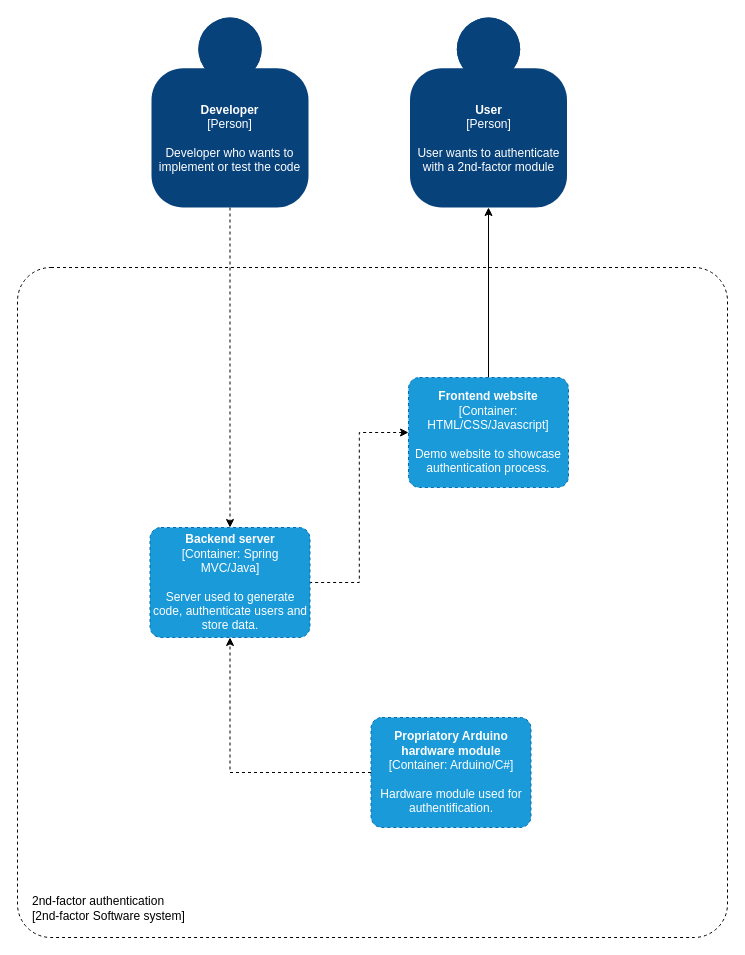
Before: page "Page-1" (1 of 2) of 2nd-factor-c4model.drawio in 2nd-factor/docs, a draw.io diagram. Source tidied: cells renumbered, new cells numbered last; positions are measured from the earlier drawing's top-left corner, leaving out a move shared by most shapes. Both pictures are drawn from the tidied source at 100%, with x=0, y=0 at pixel (17, 17).
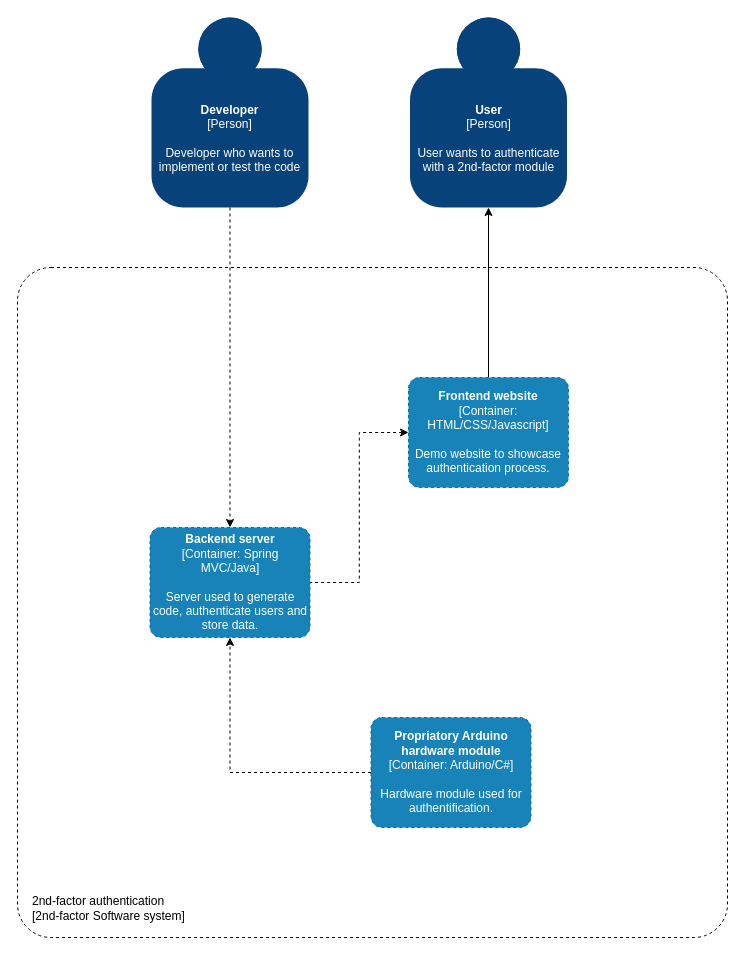
Above is the later version.

Change to the diagram source:
```diff
@@
 <mxGraphModel>
   <root>
     <mxCell id="0" />
     <mxCell id="1" parent="0" />
     <object id="2" label="&lt;div style=&quot;text-align: left&quot;&gt;%c4Name%&lt;/div&gt;&lt;div style=&quot;text-align: left&quot;&gt;[%c4OperationSystem%]&lt;/div&gt;&lt;div style=&quot;text-align: right&quot;&gt;%c4ScalingFactor%&lt;/div&gt;" c4Name="2nd-factor authentication" c4OperationSystem="2nd-factor Software system" c4ScalingFactor="" placeholders="1">
       <mxCell style="rounded=1;whiteSpace=wrap;html=1;labelBackgroundColor=none;fillColor=#ffffff;fontColor=#000000;align=left;arcSize=5;strokeColor=#000000;verticalAlign=bottom;metaData={&quot;c4Type&quot;:{&quot;editable&quot;:false}};dashed=1;spacingRight=4;spacingLeft=13;spacingBottom=12;" parent="1" vertex="1">
         <mxGeometry y="250" width="710" height="670" as="geometry" />
       </mxCell>
     </object>
     <mxCell id="3" style="edgeStyle=orthogonalEdgeStyle;rounded=0;jettySize=auto;html=1;entryX=0.5;entryY=0;entryDx=0;entryDy=0;entryPerimeter=0;startArrow=classic;startFill=1;endArrow=none;endFill=0;" parent="1" edge="1" source="4" target="8">
       <mxGeometry relative="1" as="geometry" />
     </mxCell>
     <object id="4" label="&lt;b&gt;%c4Name%&lt;/b&gt;&lt;div&gt;[%c4Type%]&lt;/div&gt;&lt;br&gt;&lt;div&gt;%c4Description%&lt;/div&gt;" c4Description="User wants to authenticate with a 2nd-factor module" c4Name="User" c4Type="Person" placeholders="1">
       <mxCell style="html=1;dashed=0;whitespace=wrap;fillColor=#08427b;strokeColor=none;fontColor=#ffffff;shape=mxgraph.c4.person;align=center;points=[[0.5,0,0],[1,0.5,0],[1,0.75,0],[0.75,1,0],[0.5,1,0],[0.25,1,0],[0,0.75,0],[0,0.5,0]];metaData={&quot;c4Type&quot;:{&quot;editable&quot;:false}};whiteSpace=wrap;" parent="1" vertex="1">
         <mxGeometry x="392.5" width="157" height="190" as="geometry" />
       </mxCell>
     </object>
     <mxCell id="5" style="edgeStyle=orthogonalEdgeStyle;rounded=0;jettySize=auto;html=1;entryX=0.5;entryY=0;entryDx=0;entryDy=0;entryPerimeter=0;dashed=1;startArrow=none;startFill=0;endArrow=classic;endFill=1;" parent="1" edge="1" source="6" target="11">
       <mxGeometry relative="1" as="geometry" />
     </mxCell>
     <object id="6" label="&lt;b&gt;%c4Name%&lt;/b&gt;&lt;div&gt;[%c4Type%]&lt;/div&gt;&lt;br&gt;&lt;div&gt;%c4Description%&lt;/div&gt;" c4Description="Developer who wants to implement or test the code" c4Name="Developer" c4Type="Person" placeholders="1">
       <mxCell style="html=1;dashed=0;whitespace=wrap;fillColor=#08427b;strokeColor=none;fontColor=#ffffff;shape=mxgraph.c4.person;align=center;points=[[0.5,0,0],[1,0.5,0],[1,0.75,0],[0.75,1,0],[0.5,1,0],[0.25,1,0],[0,0.75,0],[0,0.5,0]];metaData={&quot;c4Type&quot;:{&quot;editable&quot;:false}};whiteSpace=wrap;" parent="1" vertex="1">
         <mxGeometry x="134" width="157" height="190" as="geometry" />
       </mxCell>
     </object>
     <mxCell id="7" style="edgeStyle=orthogonalEdgeStyle;rounded=0;jettySize=auto;html=1;entryX=1;entryY=0.5;entryDx=0;entryDy=0;entryPerimeter=0;startArrow=classic;startFill=1;endArrow=none;endFill=0;dashed=1;" parent="1" edge="1" source="8" target="11">
       <mxGeometry relative="1" as="geometry" />
     </mxCell>
     <object id="8" label="&lt;b&gt;%c4Name%&lt;/b&gt;&lt;div&gt;[%c4Type%: %c4Technology%]&lt;/div&gt;&lt;br&gt;&lt;div&gt;%c4Description%&lt;/div&gt;" c4Description="Demo website to showcase authentication process. " c4Name="Frontend website" c4Technology="HTML/CSS/Javascript" c4Type="Container" placeholders="1">
-      <mxCell style="rounded=1;whiteSpace=wrap;html=1;labelBackgroundColor=none;fontColor=#ffffff;align=center;arcSize=10;strokeColor=#006EAF;metaData={&quot;c4Type&quot;:{&quot;editable&quot;:false}};points=[[0.25,0,0],[0.5,0,0],[0.75,0,0],[1,0.25,0],[1,0.5,0],[1,0.75,0],[0.75,1,0],[0.5,1,0],[0.25,1,0],[0,0.75,0],[0,0.5,0],[0,0.25,0]];dashed=1;fillColor=#1A9AD9;" parent="1" vertex="1">
+      <mxCell style="rounded=1;whiteSpace=wrap;html=1;labelBackgroundColor=none;fontColor=#ffffff;align=center;arcSize=10;strokeColor=#006EAF;metaData={&quot;c4Type&quot;:{&quot;editable&quot;:false}};points=[[0.25,0,0],[0.5,0,0],[0.75,0,0],[1,0.25,0],[1,0.5,0],[1,0.75,0],[0.75,1,0],[0.5,1,0],[0.25,1,0],[0,0.75,0],[0,0.5,0],[0,0.25,0]];dashed=1;fillColor=#1783B8;" parent="1" vertex="1">
         <mxGeometry x="391" y="360" width="160" height="110" as="geometry" />
       </mxCell>
     </object>
     <mxCell id="9" style="edgeStyle=orthogonalEdgeStyle;rounded=0;jettySize=auto;html=1;entryX=0.5;entryY=1;entryDx=0;entryDy=0;entryPerimeter=0;dashed=1;startArrow=none;startFill=0;endArrow=classic;endFill=1;" parent="1" edge="1" source="10" target="11">
       <mxGeometry relative="1" as="geometry" />
     </mxCell>
     <object id="10" label="&lt;b&gt;%c4Name%&lt;/b&gt;&lt;div&gt;[%c4Type%: %c4Technology%]&lt;/div&gt;&lt;br&gt;&lt;div&gt;%c4Description%&lt;/div&gt;" c4Description="Hardware module used for authentification." c4Name="Propriatory Arduino hardware module" c4Technology="Arduino/C#" c4Type="Container" placeholders="1">
-      <mxCell style="rounded=1;whiteSpace=wrap;html=1;labelBackgroundColor=none;fontColor=#ffffff;align=center;arcSize=10;strokeColor=#006EAF;metaData={&quot;c4Type&quot;:{&quot;editable&quot;:false}};points=[[0.25,0,0],[0.5,0,0],[0.75,0,0],[1,0.25,0],[1,0.5,0],[1,0.75,0],[0.75,1,0],[0.5,1,0],[0.25,1,0],[0,0.75,0],[0,0.5,0],[0,0.25,0]];dashed=1;fillColor=#1A9AD9;" parent="1" vertex="1">
+      <mxCell style="rounded=1;whiteSpace=wrap;html=1;labelBackgroundColor=none;fontColor=#ffffff;align=center;arcSize=10;strokeColor=#006EAF;metaData={&quot;c4Type&quot;:{&quot;editable&quot;:false}};points=[[0.25,0,0],[0.5,0,0],[0.75,0,0],[1,0.25,0],[1,0.5,0],[1,0.75,0],[0.75,1,0],[0.5,1,0],[0.25,1,0],[0,0.75,0],[0,0.5,0],[0,0.25,0]];dashed=1;fillColor=#1783B8;" parent="1" vertex="1">
         <mxGeometry x="353.5" y="700" width="160" height="110" as="geometry" />
       </mxCell>
     </object>
     <object id="11" label="&lt;b&gt;%c4Name%&lt;/b&gt;&lt;div&gt;[%c4Type%: %c4Technology%]&lt;/div&gt;&lt;br&gt;&lt;div&gt;%c4Description%&lt;/div&gt;" c4Description="Server used to generate code, authenticate users and store data. " c4Name="Backend server" c4Technology="Spring MVC/Java" c4Type="Container" placeholders="1">
-      <mxCell style="rounded=1;whiteSpace=wrap;html=1;labelBackgroundColor=none;fontColor=#ffffff;align=center;arcSize=10;strokeColor=#006EAF;metaData={&quot;c4Type&quot;:{&quot;editable&quot;:false}};points=[[0.25,0,0],[0.5,0,0],[0.75,0,0],[1,0.25,0],[1,0.5,0],[1,0.75,0],[0.75,1,0],[0.5,1,0],[0.25,1,0],[0,0.75,0],[0,0.5,0],[0,0.25,0]];dashed=1;fillColor=#1A9AD9;" parent="1" vertex="1">
+      <mxCell style="rounded=1;whiteSpace=wrap;html=1;labelBackgroundColor=none;fontColor=#ffffff;align=center;arcSize=10;strokeColor=#006EAF;metaData={&quot;c4Type&quot;:{&quot;editable&quot;:false}};points=[[0.25,0,0],[0.5,0,0],[0.75,0,0],[1,0.25,0],[1,0.5,0],[1,0.75,0],[0.75,1,0],[0.5,1,0],[0.25,1,0],[0,0.75,0],[0,0.5,0],[0,0.25,0]];dashed=1;fillColor=#1783B8;" parent="1" vertex="1">
         <mxGeometry x="132.5" y="510" width="160" height="110" as="geometry" />
       </mxCell>
     </object>
   </root>
 </mxGraphModel>
```
